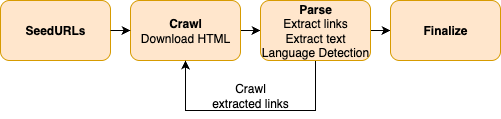
Earlier version of the draw.io export images/flowchart.drawio.png (jnehring/crawlzilla). Source tidied: cells renumbered, new cells last; positions are measured from the earlier drawing's top-left corner, leaving out a move shared by most shapes.
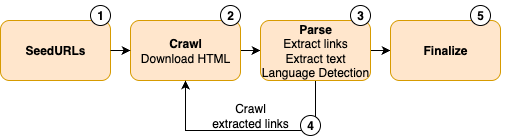
After the change.

Change to the diagram source:
```diff
@@ -34,5 +34,35 @@
     <mxCell id="10" value="Crawl extracted links" style="text;html=1;align=center;verticalAlign=middle;whiteSpace=wrap;rounded=0;" parent="1" vertex="1">
       <mxGeometry x="210" y="80" width="80" height="30" as="geometry" />
     </mxCell>
+    <mxCell id="11" style="ellipse;whiteSpace=wrap;html=1;" parent="1" vertex="1">
+      <mxGeometry x="90" y="-15" width="20" height="20" as="geometry" />
+    </mxCell>
+    <mxCell id="12" value="1" style="text;html=1;align=center;verticalAlign=middle;whiteSpace=wrap;rounded=0;fontStyle=1;" parent="1" vertex="1">
+      <mxGeometry x="70" y="-20" width="60" height="30" as="geometry" />
+    </mxCell>
+    <mxCell id="13" style="ellipse;whiteSpace=wrap;html=1;" parent="1" vertex="1">
+      <mxGeometry x="220" y="-15" width="20" height="20" as="geometry" />
+    </mxCell>
+    <mxCell id="14" value="2" style="text;html=1;align=center;verticalAlign=middle;whiteSpace=wrap;rounded=0;fontStyle=1;" parent="1" vertex="1">
+      <mxGeometry x="200" y="-20" width="60" height="30" as="geometry" />
+    </mxCell>
+    <mxCell id="15" style="ellipse;whiteSpace=wrap;html=1;" parent="1" vertex="1">
+      <mxGeometry x="350" y="-15" width="20" height="20" as="geometry" />
+    </mxCell>
+    <mxCell id="16" value="3" style="text;html=1;align=center;verticalAlign=middle;whiteSpace=wrap;rounded=0;fontStyle=1;" parent="1" vertex="1">
+      <mxGeometry x="330" y="-20" width="60" height="30" as="geometry" />
+    </mxCell>
+    <mxCell id="17" style="ellipse;whiteSpace=wrap;html=1;" parent="1" vertex="1">
+      <mxGeometry x="300" y="95" width="20" height="20" as="geometry" />
+    </mxCell>
+    <mxCell id="18" value="4" style="text;html=1;align=center;verticalAlign=middle;whiteSpace=wrap;rounded=0;fontStyle=1;" parent="1" vertex="1">
+      <mxGeometry x="280" y="90" width="60" height="30" as="geometry" />
+    </mxCell>
+    <mxCell id="19" style="ellipse;whiteSpace=wrap;html=1;" parent="1" vertex="1">
+      <mxGeometry x="470" y="-15" width="20" height="20" as="geometry" />
+    </mxCell>
+    <mxCell id="20" value="5" style="text;html=1;align=center;verticalAlign=middle;whiteSpace=wrap;rounded=0;fontStyle=1;" parent="1" vertex="1">
+      <mxGeometry x="450" y="-20" width="60" height="30" as="geometry" />
+    </mxCell>
   </root>
 </mxGraphModel>
```
